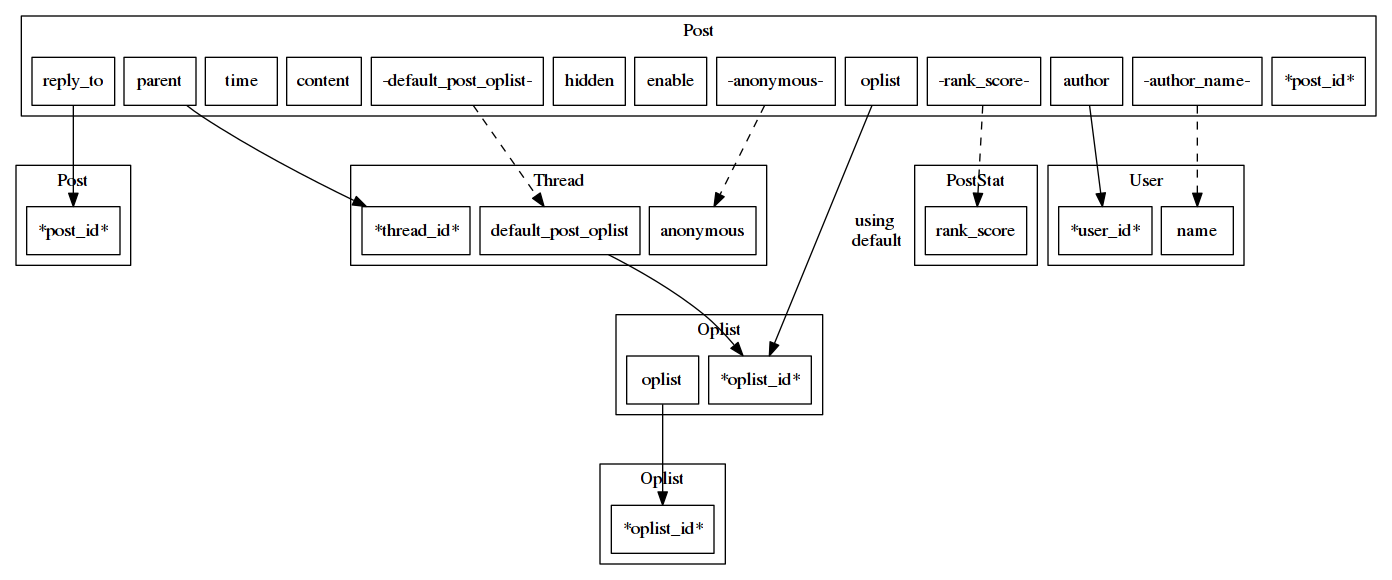
cc98-frontend-development/API keeps this Graphviz diagram as pages/graph/erd/posts.png. Above is the earlier version. Its source is kept beside it as pages/graph/erd/posts.dot.
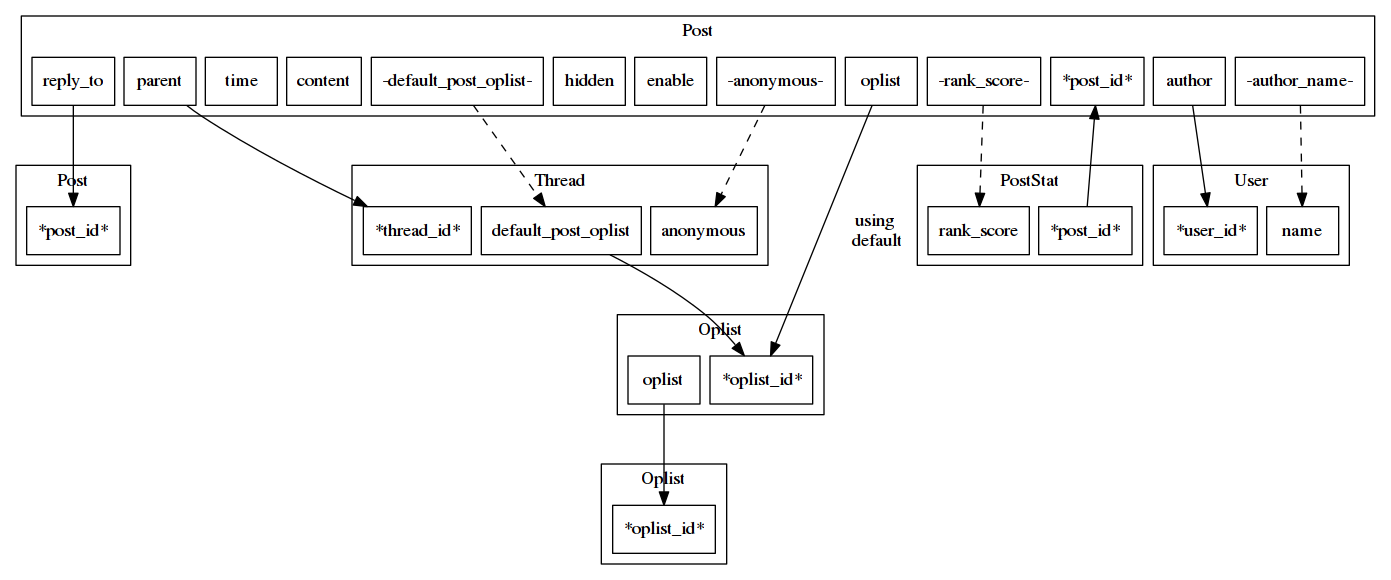
After the commit.

Commit message:
erd/posts: small fix

Change to the diagram source:
```diff
@@ -22,6 +22,7 @@
 
 	subgraph cluster_post_stat {
 		label = "PostStat";
+		node_a_post_stat_post_id    [ label = "*post_id*" ];
 		node_a_post_stat_rank_score [ label = "rank_score" ];
 	}
 
@@ -66,4 +67,6 @@
 
 	node_a_thread_default_post_oplist -> node_a_oplist_oplist_id;
 	node_a_oplist_oplist -> node_a_oplist_oplist_id_2;
+
+	node_a_post_stat_post_id -> node_a_post_post_id;
 }
```
